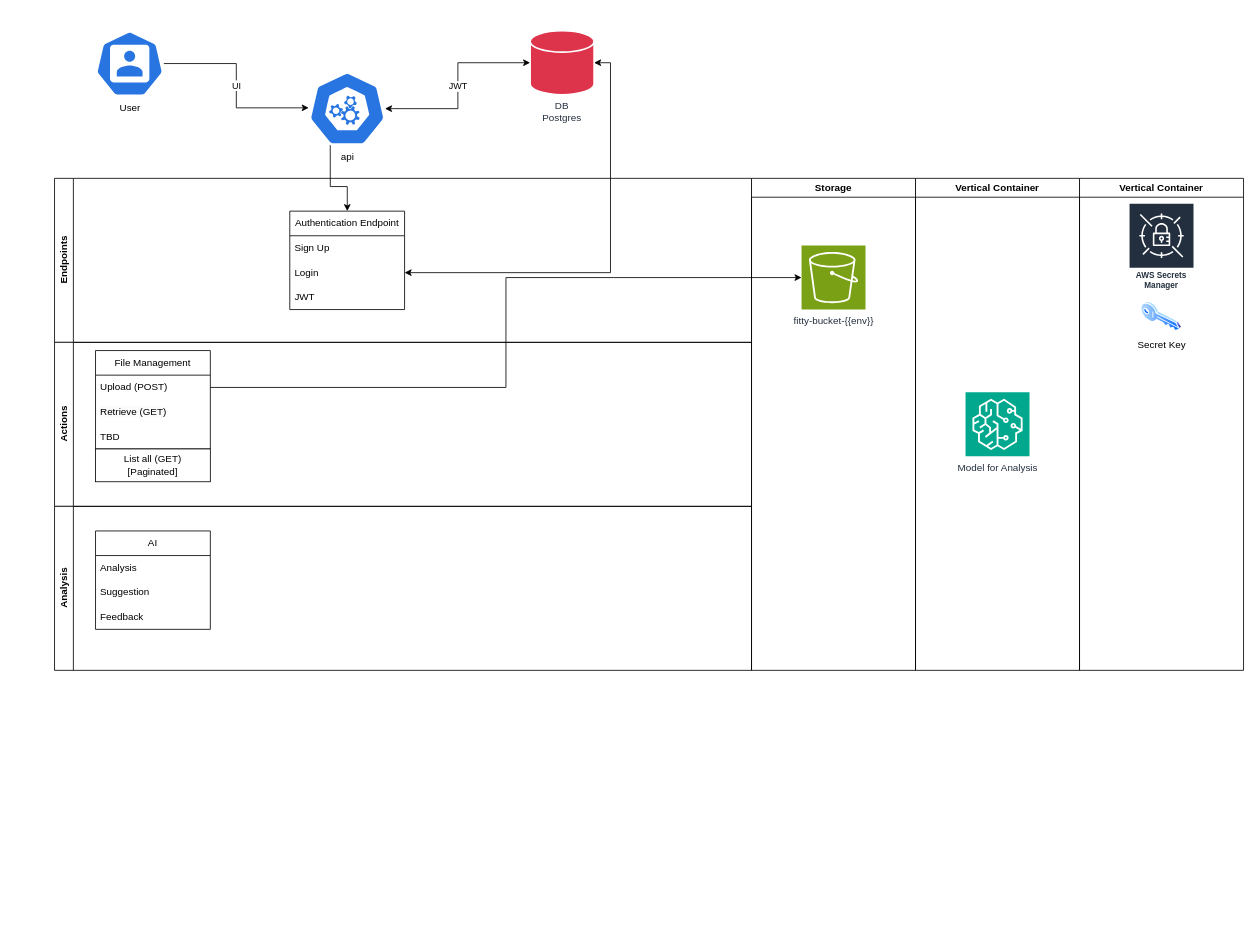
Earlier version of the draw.io diagram fitty_api.drawio (jstoveld/fitty). Source tidied: cells renumbered, new cells numbered last; positions are measured from the earlier drawing's top-left corner, leaving out a move shared by most shapes. Both pictures are drawn from the tidied source at 82%, with x=0, y=0 at pixel (54, 30).
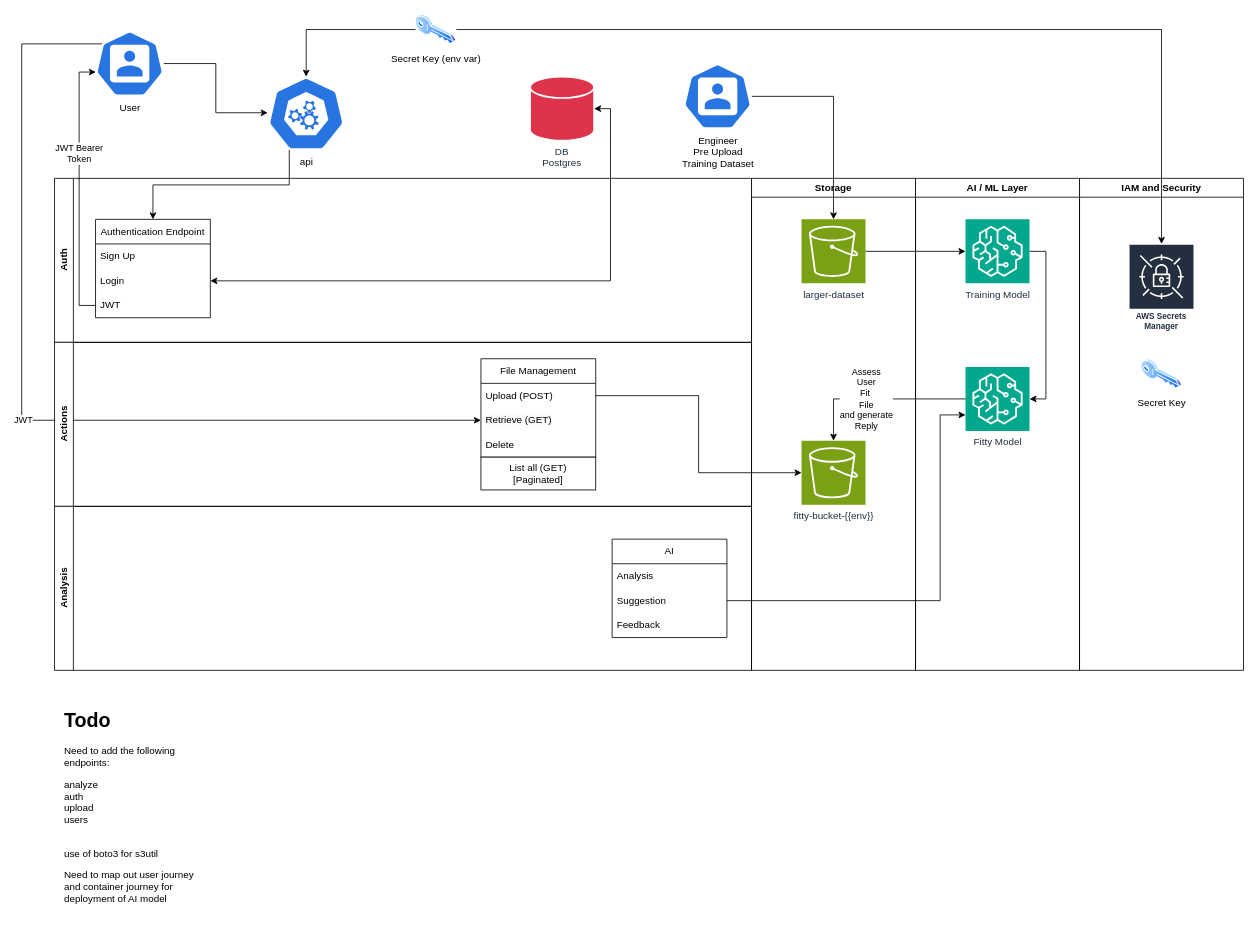
Above is the later version.

Commit message:
Updated diagram to show some of the changes. Need to update all of the routes for endpoints which have changed in the last few commits. Training of SageMaker Fitty Model to start.

Unchanged cells that the change refers to:
```xml
<mxCell id="4" value="User&lt;div&gt;&lt;br&gt;&lt;/div&gt;" style="sketch=0;html=1;dashed=0;whitespace=wrap;verticalLabelPosition=bottom;verticalAlign=top;fillColor=#2875E2;strokeColor=#ffffff;points=[[0.005,0.63,0],[0.1,0.2,0],[0.9,0.2,0],[0.5,0,0],[0.995,0.63,0],[0.72,0.99,0],[0.5,1,0],[0.28,0.99,0]];shape=mxgraph.kubernetes.icon2;prIcon=user;" parent="1" vertex="1">
  <mxGeometry x="50" width="83.3" height="80" as="geometry" />
</mxCell>
<mxCell id="12" value="JWT" style="text;strokeColor=none;fillColor=none;align=left;verticalAlign=middle;spacingLeft=4;spacingRight=4;overflow=hidden;points=[[0,0.5],[1,0.5]];portConstraint=eastwest;whiteSpace=wrap;html=1;" parent="9" vertex="1">
  <mxGeometry y="90" width="140" height="30" as="geometry" />
</mxCell>
<mxCell id="13" value="Actions" style="swimlane;horizontal=0;whiteSpace=wrap;html=1;" parent="1" vertex="1">
  <mxGeometry y="380" width="850" height="200" as="geometry" />
</mxCell>
<mxCell id="16" value="&lt;span style=&quot;color: rgb(0, 0, 0); font-family: Helvetica; font-size: 12px; font-style: normal; font-variant-ligatures: normal; font-variant-caps: normal; font-weight: 400; letter-spacing: normal; orphans: 2; text-align: left; text-indent: 0px; text-transform: none; widows: 2; word-spacing: 0px; -webkit-text-stroke-width: 0px; white-space: normal; background-color: rgb(251, 251, 251); text-decoration-thickness: initial; text-decoration-style: initial; text-decoration-color: initial; display: inline !important; float: none;&quot;&gt;Retrieve (GET)&lt;/span&gt;" style="text;strokeColor=none;fillColor=none;align=left;verticalAlign=middle;spacingLeft=4;spacingRight=4;overflow=hidden;points=[[0,0.5],[1,0.5]];portConstraint=eastwest;whiteSpace=wrap;html=1;" parent="14" vertex="1">
  <mxGeometry y="60" width="140" height="30" as="geometry" />
</mxCell>
<mxCell id="19" value="Analysis" style="swimlane;horizontal=0;whiteSpace=wrap;html=1;" parent="1" vertex="1">
  <mxGeometry y="580" width="850" height="200" as="geometry" />
</mxCell>
<mxCell id="22" value="Suggestion" style="text;strokeColor=none;fillColor=none;align=left;verticalAlign=middle;spacingLeft=4;spacingRight=4;overflow=hidden;points=[[0,0.5],[1,0.5]];portConstraint=eastwest;whiteSpace=wrap;html=1;" parent="20" vertex="1">
  <mxGeometry y="60" width="140" height="30" as="geometry" />
</mxCell>
<mxCell id="25" value="Storage" style="swimlane;whiteSpace=wrap;html=1;" parent="1" vertex="1">
  <mxGeometry x="850" y="180" width="200" height="600" as="geometry" />
</mxCell>
```

Diff of the diagram source:
```diff
@@
+    <mxCell id="33" style="edgeStyle=orthogonalEdgeStyle;rounded=0;jettySize=auto;html=1;exitX=0.5;exitY=0;exitDx=0;exitDy=0;exitPerimeter=0;entryX=0;entryY=0.5;entryDx=0;entryDy=0;startArrow=classic;startFill=1;endArrow=none;endFill=0;" parent="1" edge="1" source="3" target="38">
+      <mxGeometry relative="1" as="geometry" />
+    </mxCell>
-    <mxCell id="2" style="edgeStyle=orthogonalEdgeStyle;rounded=0;jettySize=auto;html=1;exitX=0.28;exitY=0.99;exitDx=0;exitDy=0;exitPerimeter=0;" parent="1" edge="1" source="3" target="9">
-      <mxGeometry relative="1" as="geometry">
-        <Array as="points">
-          <mxPoint x="336" y="190" />
-          <mxPoint x="357" y="190" />
-        </Array>
-      </mxGeometry>
+    <mxCell id="2" style="edgeStyle=orthogonalEdgeStyle;rounded=0;jettySize=auto;html=1;exitX=0.28;exitY=0.99;exitDx=0;exitDy=0;exitPerimeter=0;entryX=0.5;entryY=0;entryDx=0;entryDy=0;" parent="1" edge="1" source="3" target="9">
+      <mxGeometry relative="1" as="geometry" />
     </mxCell>
     <mxCell id="3" value="api" style="sketch=0;html=1;dashed=0;whitespace=wrap;verticalLabelPosition=bottom;verticalAlign=top;fillColor=#2875E2;strokeColor=#ffffff;points=[[0.005,0.63,0],[0.1,0.2,0],[0.9,0.2,0],[0.5,0,0],[0.995,0.63,0],[0.72,0.99,0],[0.5,1,0],[0.28,0.99,0]];shape=mxgraph.kubernetes.icon2;prIcon=api;" parent="1" vertex="1">
-      <mxGeometry x="310" y="50" width="93.8" height="90" as="geometry" />
+      <mxGeometry x="260" y="56" width="93.8" height="90" as="geometry" />
     </mxCell>
+    <mxCell id="6" value="JWT" style="edgeStyle=orthogonalEdgeStyle;rounded=0;jettySize=auto;html=1;exitX=0.1;exitY=0.2;exitDx=0;exitDy=0;exitPerimeter=0;entryX=0;entryY=0.5;entryDx=0;entryDy=0;" parent="1" edge="1" source="4" target="16">
+      <mxGeometry relative="1" as="geometry">
+        <Array as="points">
+          <mxPoint x="-40" y="16" />
+          <mxPoint x="-40" y="475" />
+        </Array>
+      </mxGeometry>
+    </mxCell>
@@
     <mxCell id="5" value="DB&lt;div&gt;Postgres&lt;/div&gt;" style="sketch=0;outlineConnect=0;fontColor=#232F3E;fillColor=#DD344C;strokeColor=#ffffff;dashed=0;verticalLabelPosition=bottom;verticalAlign=top;align=center;html=1;fontSize=12;fontStyle=0;shape=mxgraph.flowchart.database;resIcon=mxgraph.aws4.cloud_directory;strokeWidth=2;whiteSpace=wrap;" parent="1" vertex="1">
-      <mxGeometry x="580" width="78" height="78" as="geometry" />
+      <mxGeometry x="580" y="56" width="78" height="78" as="geometry" />
     </mxCell>
-    <mxCell id="6" value="JWT" style="edgeStyle=orthogonalEdgeStyle;rounded=0;jettySize=auto;html=1;exitX=0.992;exitY=0.5;exitDx=0;exitDy=0;exitPerimeter=0;entryX=0;entryY=0.5;entryDx=0;entryDy=0;entryPerimeter=0;startArrow=classic;startFill=1;" parent="1" edge="1" source="3" target="5">
-      <mxGeometry relative="1" as="geometry" />
-    </mxCell>
-    <mxCell id="7" value="UI" style="edgeStyle=orthogonalEdgeStyle;rounded=0;jettySize=auto;html=1;entryX=0;entryY=0.489;entryDx=0;entryDy=0;entryPerimeter=0;" parent="1" edge="1" source="4" target="3">
+    <mxCell id="7" style="edgeStyle=orthogonalEdgeStyle;rounded=0;jettySize=auto;html=1;entryX=0;entryY=0.489;entryDx=0;entryDy=0;entryPerimeter=0;" parent="1" edge="1" source="4" target="3">
       <mxGeometry relative="1" as="geometry" />
     </mxCell>
-    <mxCell id="8" value="Endpoints" style="swimlane;horizontal=0;whiteSpace=wrap;html=1;" parent="1" vertex="1">
+    <mxCell id="8" value="Auth" style="swimlane;horizontal=0;whiteSpace=wrap;html=1;" parent="1" vertex="1">
       <mxGeometry y="180" width="850" height="200" as="geometry" />
     </mxCell>
     <mxCell id="9" value="Authentication Endpoint" style="swimlane;fontStyle=0;horizontal=1;startSize=30;whiteSpace=wrap;html=1;" parent="8" vertex="1">
-      <mxGeometry x="286.9" y="40" width="140" height="120" as="geometry" />
+      <mxGeometry x="50" y="50" width="140" height="120" as="geometry" />
     </mxCell>
@@
     <mxCell id="14" value="File Management" style="swimlane;fontStyle=0;horizontal=1;startSize=30;whiteSpace=wrap;html=1;" parent="13" vertex="1">
-      <mxGeometry x="50" y="10" width="140" height="120" as="geometry" />
+      <mxGeometry x="520" y="20" width="140" height="120" as="geometry" />
     </mxCell>
@@
-    <mxCell id="17" value="TBD" style="text;strokeColor=none;fillColor=none;align=left;verticalAlign=middle;spacingLeft=4;spacingRight=4;overflow=hidden;whiteSpace=wrap;html=1;" parent="14" vertex="1">
+    <mxCell id="17" value="Delete" style="text;strokeColor=none;fillColor=none;align=left;verticalAlign=middle;spacingLeft=4;spacingRight=4;overflow=hidden;whiteSpace=wrap;html=1;" parent="14" vertex="1">
       <mxGeometry y="90" width="140" height="30" as="geometry" />
     </mxCell>
     <mxCell id="18" value="List all (GET)&lt;div&gt;[Paginated]&lt;/div&gt;" style="rounded=0;whiteSpace=wrap;html=1;" parent="13" vertex="1">
-      <mxGeometry x="50" y="130" width="140" height="40" as="geometry" />
+      <mxGeometry x="520" y="140" width="140" height="40" as="geometry" />
     </mxCell>
@@
     <mxCell id="20" value="AI" style="swimlane;fontStyle=0;horizontal=1;startSize=30;whiteSpace=wrap;html=1;" parent="19" vertex="1">
-      <mxGeometry x="50" y="30" width="140" height="120" as="geometry" />
+      <mxGeometry x="680" y="40" width="140" height="120" as="geometry" />
     </mxCell>
@@
     <mxCell id="26" value="fitty-bucket-{{env}}" style="sketch=0;points=[[0,0,0],[0.25,0,0],[0.5,0,0],[0.75,0,0],[1,0,0],[0,1,0],[0.25,1,0],[0.5,1,0],[0.75,1,0],[1,1,0],[0,0.25,0],[0,0.5,0],[0,0.75,0],[1,0.25,0],[1,0.5,0],[1,0.75,0]];outlineConnect=0;fontColor=#232F3E;fillColor=#7AA116;strokeColor=#ffffff;dashed=0;verticalLabelPosition=bottom;verticalAlign=top;align=center;html=1;fontSize=12;fontStyle=0;shape=mxgraph.aws4.resourceIcon;resIcon=mxgraph.aws4.s3;" parent="25" vertex="1">
-      <mxGeometry x="61" y="82" width="78" height="78" as="geometry" />
+      <mxGeometry x="61" y="320" width="78" height="78" as="geometry" />
     </mxCell>
+    <mxCell id="34" value="larger-dataset" style="sketch=0;points=[[0,0,0],[0.25,0,0],[0.5,0,0],[0.75,0,0],[1,0,0],[0,1,0],[0.25,1,0],[0.5,1,0],[0.75,1,0],[1,1,0],[0,0.25,0],[0,0.5,0],[0,0.75,0],[1,0.25,0],[1,0.5,0],[1,0.75,0]];outlineConnect=0;fontColor=#232F3E;fillColor=#7AA116;strokeColor=#ffffff;dashed=0;verticalLabelPosition=bottom;verticalAlign=top;align=center;html=1;fontSize=12;fontStyle=0;shape=mxgraph.aws4.resourceIcon;resIcon=mxgraph.aws4.s3;" parent="25" vertex="1">
+      <mxGeometry x="61" y="50" width="78" height="78" as="geometry" />
+    </mxCell>
@@
-    <mxCell id="28" value="Vertical Container" style="swimlane;whiteSpace=wrap;html=1;" parent="1" vertex="1">
+    <mxCell id="28" value="AI / ML Layer" style="swimlane;whiteSpace=wrap;html=1;" parent="1" vertex="1">
       <mxGeometry x="1050" y="180" width="200" height="600" as="geometry" />
     </mxCell>
+    <mxCell id="35" style="edgeStyle=orthogonalEdgeStyle;rounded=0;jettySize=auto;html=1;entryX=1;entryY=0.5;entryDx=0;entryDy=0;entryPerimeter=0;exitX=1;exitY=0.5;exitDx=0;exitDy=0;exitPerimeter=0;" parent="28" edge="1" source="29" target="36">
+      <mxGeometry relative="1" as="geometry" />
+    </mxCell>
-    <mxCell id="29" value="Model for Analysis" style="sketch=0;points=[[0,0,0],[0.25,0,0],[0.5,0,0],[0.75,0,0],[1,0,0],[0,1,0],[0.25,1,0],[0.5,1,0],[0.75,1,0],[1,1,0],[0,0.25,0],[0,0.5,0],[0,0.75,0],[1,0.25,0],[1,0.5,0],[1,0.75,0]];outlineConnect=0;fontColor=#232F3E;fillColor=#01A88D;strokeColor=#ffffff;dashed=0;verticalLabelPosition=bottom;verticalAlign=top;align=center;html=1;fontSize=12;fontStyle=0;shape=mxgraph.aws4.resourceIcon;resIcon=mxgraph.aws4.sagemaker;" parent="28" vertex="1">
-      <mxGeometry x="61" y="261" width="78" height="78" as="geometry" />
+    <mxCell id="29" value="Training Model" style="sketch=0;points=[[0,0,0],[0.25,0,0],[0.5,0,0],[0.75,0,0],[1,0,0],[0,1,0],[0.25,1,0],[0.5,1,0],[0.75,1,0],[1,1,0],[0,0.25,0],[0,0.5,0],[0,0.75,0],[1,0.25,0],[1,0.5,0],[1,0.75,0]];outlineConnect=0;fontColor=#232F3E;fillColor=#01A88D;strokeColor=#ffffff;dashed=0;verticalLabelPosition=bottom;verticalAlign=top;align=center;html=1;fontSize=12;fontStyle=0;shape=mxgraph.aws4.resourceIcon;resIcon=mxgraph.aws4.sagemaker;" parent="28" vertex="1">
+      <mxGeometry x="61" y="50" width="78" height="78" as="geometry" />
     </mxCell>
+    <mxCell id="36" value="Fitty Model" style="sketch=0;points=[[0,0,0],[0.25,0,0],[0.5,0,0],[0.75,0,0],[1,0,0],[0,1,0],[0.25,1,0],[0.5,1,0],[0.75,1,0],[1,1,0],[0,0.25,0],[0,0.5,0],[0,0.75,0],[1,0.25,0],[1,0.5,0],[1,0.75,0]];outlineConnect=0;fontColor=#232F3E;fillColor=#01A88D;strokeColor=#ffffff;dashed=0;verticalLabelPosition=bottom;verticalAlign=top;align=center;html=1;fontSize=12;fontStyle=0;shape=mxgraph.aws4.resourceIcon;resIcon=mxgraph.aws4.sagemaker;" parent="28" vertex="1">
+      <mxGeometry x="61" y="230" width="78" height="78" as="geometry" />
+    </mxCell>
-    <mxCell id="30" value="Vertical Container" style="swimlane;whiteSpace=wrap;html=1;" parent="1" vertex="1">
+    <mxCell id="30" value="IAM and Security" style="swimlane;whiteSpace=wrap;html=1;" parent="1" vertex="1">
       <mxGeometry x="1250" y="180" width="200" height="600" as="geometry" />
     </mxCell>
     <mxCell id="31" value="Secret Key" style="image;perimeter=ellipsePerimeter;html=1;align=center;shadow=0;dashed=0;spacingTop=3;image=img/lib/active_directory/key.svg;" parent="30" vertex="1">
-      <mxGeometry x="75" y="150" width="50" height="37" as="geometry" />
+      <mxGeometry x="75" y="220" width="50" height="37" as="geometry" />
     </mxCell>
     <mxCell id="32" value="AWS Secrets Manager" style="sketch=0;outlineConnect=0;fontColor=#232F3E;gradientColor=none;strokeColor=#ffffff;fillColor=#232F3E;dashed=0;verticalLabelPosition=middle;verticalAlign=bottom;align=center;html=1;whiteSpace=wrap;fontSize=10;fontStyle=1;spacing=3;shape=mxgraph.aws4.productIcon;prIcon=mxgraph.aws4.secrets_manager;" parent="30" vertex="1">
-      <mxGeometry x="60" y="30" width="80" height="110" as="geometry" />
+      <mxGeometry x="60" y="80" width="80" height="110" as="geometry" />
     </mxCell>
+    <mxCell id="37" style="edgeStyle=orthogonalEdgeStyle;rounded=0;jettySize=auto;html=1;" parent="1" edge="1" source="38" target="32">
+      <mxGeometry relative="1" as="geometry" />
+    </mxCell>
+    <mxCell id="38" value="Secret Key (env var)" style="image;perimeter=ellipsePerimeter;html=1;align=center;shadow=0;dashed=0;spacingTop=3;image=img/lib/active_directory/key.svg;" parent="1" vertex="1">
+      <mxGeometry x="440" y="-20" width="50" height="37" as="geometry" />
+    </mxCell>
+    <mxCell id="39" style="edgeStyle=orthogonalEdgeStyle;rounded=0;jettySize=auto;html=1;" parent="1" edge="1" source="40" target="34">
+      <mxGeometry relative="1" as="geometry" />
+    </mxCell>
+    <mxCell id="40" value="Engineer&lt;div&gt;Pre Upload&lt;/div&gt;&lt;div&gt;Training Dataset&lt;/div&gt;" style="sketch=0;html=1;dashed=0;whitespace=wrap;verticalLabelPosition=bottom;verticalAlign=top;fillColor=#2875E2;strokeColor=#ffffff;points=[[0.005,0.63,0],[0.1,0.2,0],[0.9,0.2,0],[0.5,0,0],[0.995,0.63,0],[0.72,0.99,0],[0.5,1,0],[0.28,0.99,0]];shape=mxgraph.kubernetes.icon2;prIcon=user;" parent="1" vertex="1">
+      <mxGeometry x="767" y="40" width="83.3" height="80" as="geometry" />
+    </mxCell>
+    <mxCell id="41" style="edgeStyle=orthogonalEdgeStyle;rounded=0;jettySize=auto;html=1;entryX=0;entryY=0.75;entryDx=0;entryDy=0;entryPerimeter=0;" parent="1" edge="1" source="22" target="36">
+      <mxGeometry relative="1" as="geometry">
+        <Array as="points">
+          <mxPoint x="1080" y="695" />
+          <mxPoint x="1080" y="469" />
+        </Array>
+      </mxGeometry>
+    </mxCell>
+    <mxCell id="42" value="Assess&lt;div&gt;User&lt;/div&gt;&lt;div&gt;Fit&amp;nbsp;&lt;/div&gt;&lt;div&gt;File&lt;/div&gt;&lt;div&gt;and generate&lt;/div&gt;&lt;div&gt;Reply&lt;/div&gt;" style="edgeStyle=orthogonalEdgeStyle;rounded=0;jettySize=auto;html=1;exitX=0;exitY=0.5;exitDx=0;exitDy=0;exitPerimeter=0;" parent="1" edge="1" source="36" target="26">
+      <mxGeometry x="0.14" relative="1" as="geometry" />
+    </mxCell>
+    <mxCell id="43" style="edgeStyle=orthogonalEdgeStyle;rounded=0;jettySize=auto;html=1;entryX=1;entryY=0.5;entryDx=0;entryDy=0;entryPerimeter=0;startArrow=classic;startFill=1;endArrow=none;endFill=0;" parent="1" edge="1" source="29" target="34">
+      <mxGeometry relative="1" as="geometry" />
+    </mxCell>
+    <mxCell id="44" value="JWT Bearer&lt;div&gt;Token&lt;/div&gt;" style="edgeStyle=orthogonalEdgeStyle;rounded=0;jettySize=auto;html=1;entryX=0.005;entryY=0.63;entryDx=0;entryDy=0;entryPerimeter=0;" parent="1" edge="1" source="12" target="4">
+      <mxGeometry x="0.26" relative="1" as="geometry" />
+    </mxCell>
+    <mxCell id="45" value="&lt;h1 style=&quot;margin-top: 0px;&quot;&gt;Todo&lt;/h1&gt;&lt;p&gt;Need to add the following endpoints:&lt;/p&gt;&lt;p&gt;analyze&lt;br&gt;&lt;span style=&quot;background-color: transparent; color: light-dark(rgb(0, 0, 0), rgb(255, 255, 255));&quot;&gt;auth&lt;br&gt;&lt;/span&gt;&lt;span style=&quot;background-color: transparent; color: light-dark(rgb(0, 0, 0), rgb(255, 255, 255));&quot;&gt;upload&lt;br&gt;&lt;/span&gt;&lt;span style=&quot;background-color: transparent; color: light-dark(rgb(0, 0, 0), rgb(255, 255, 255));&quot;&gt;users&lt;br&gt;&lt;br&gt;&lt;/span&gt;&lt;/p&gt;&lt;p&gt;use of boto3 for s3util&lt;/p&gt;&lt;p&gt;Need to map out user journey and container journey for deployment of AI model&lt;/p&gt;&lt;p&gt;&lt;br&gt;&lt;/p&gt;" style="text;html=1;whiteSpace=wrap;overflow=hidden;rounded=0;" parent="1" vertex="1">
+      <mxGeometry x="10" y="820" width="180" height="270" as="geometry" />
+    </mxCell>
```
